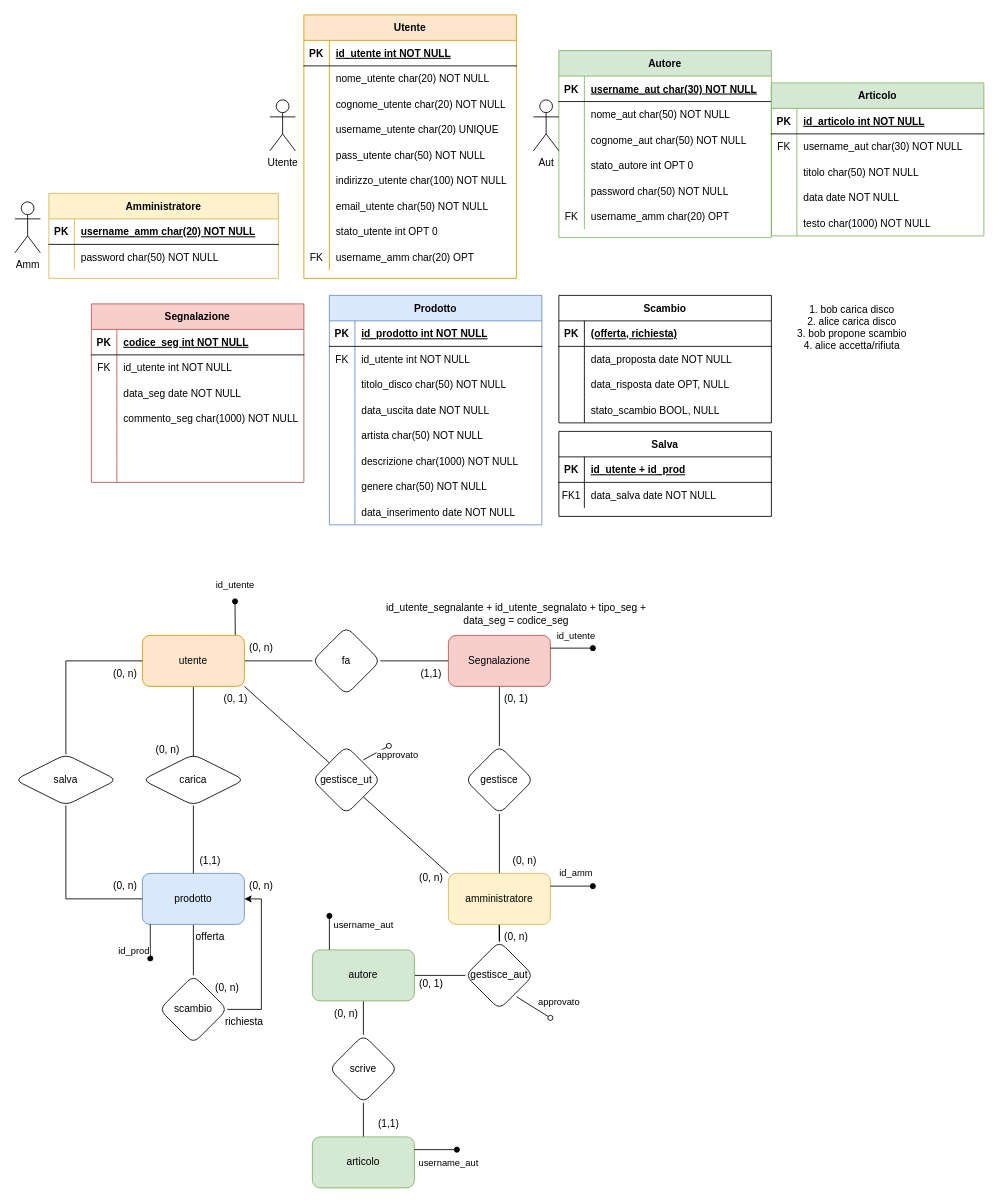
Before: testDraw.drawio in nonPitte/testDraw, a draw.io diagram. Source tidied: cells renumbered, new cells numbered last; positions are measured from the earlier drawing's top-left corner, leaving out a move shared by most shapes. Both pictures are drawn from the tidied source at 85%, with x=0, y=0 at pixel (14, 14).
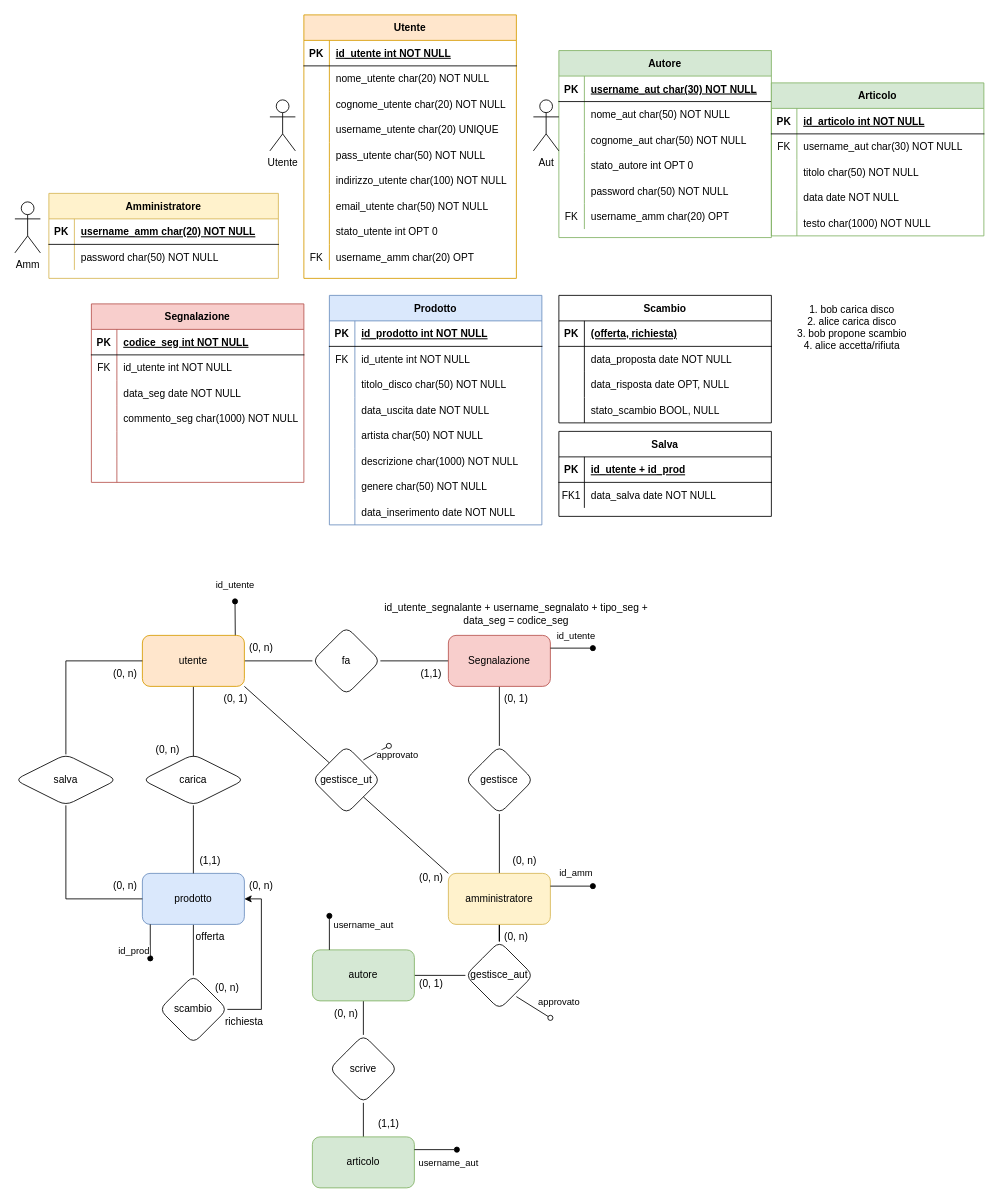
The same diagram, later.

What changed in the source:
```diff
@@
-    <mxCell id="88" value="id_utente_segnalante + id_utente_segnalato + tipo_seg + data_seg = codice_seg" style="text;html=1;align=center;verticalAlign=middle;whiteSpace=wrap;rounded=0;" parent="1" vertex="1">
+    <mxCell id="88" value="id_utente_segnalante + username_segnalato + tipo_seg + data_seg = codice_seg" style="text;html=1;align=center;verticalAlign=middle;whiteSpace=wrap;rounded=0;" parent="1" vertex="1">
       <mxGeometry x="415" y="690" width="350" height="30" as="geometry" />
     </mxCell>
```
